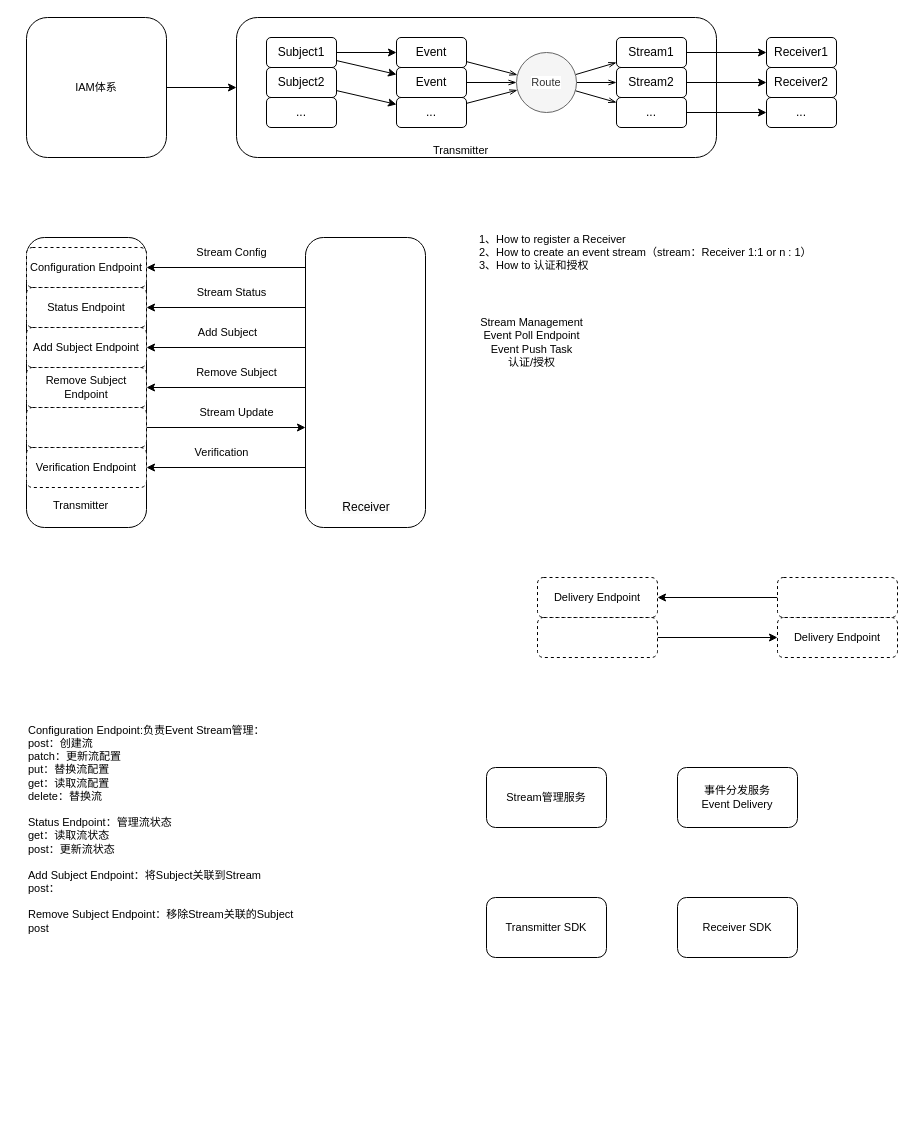
This is sharedsignals.drawio from yamilinqh/spicedb, a draw.io file, before an edit. Source tidied: cells renumbered, new cells numbered last; positions are measured from the earlier drawing's top-left corner, leaving out a move shared by most shapes. Both pictures are drawn from the tidied source at 100%, with x=0, y=0 at pixel (26, 17).
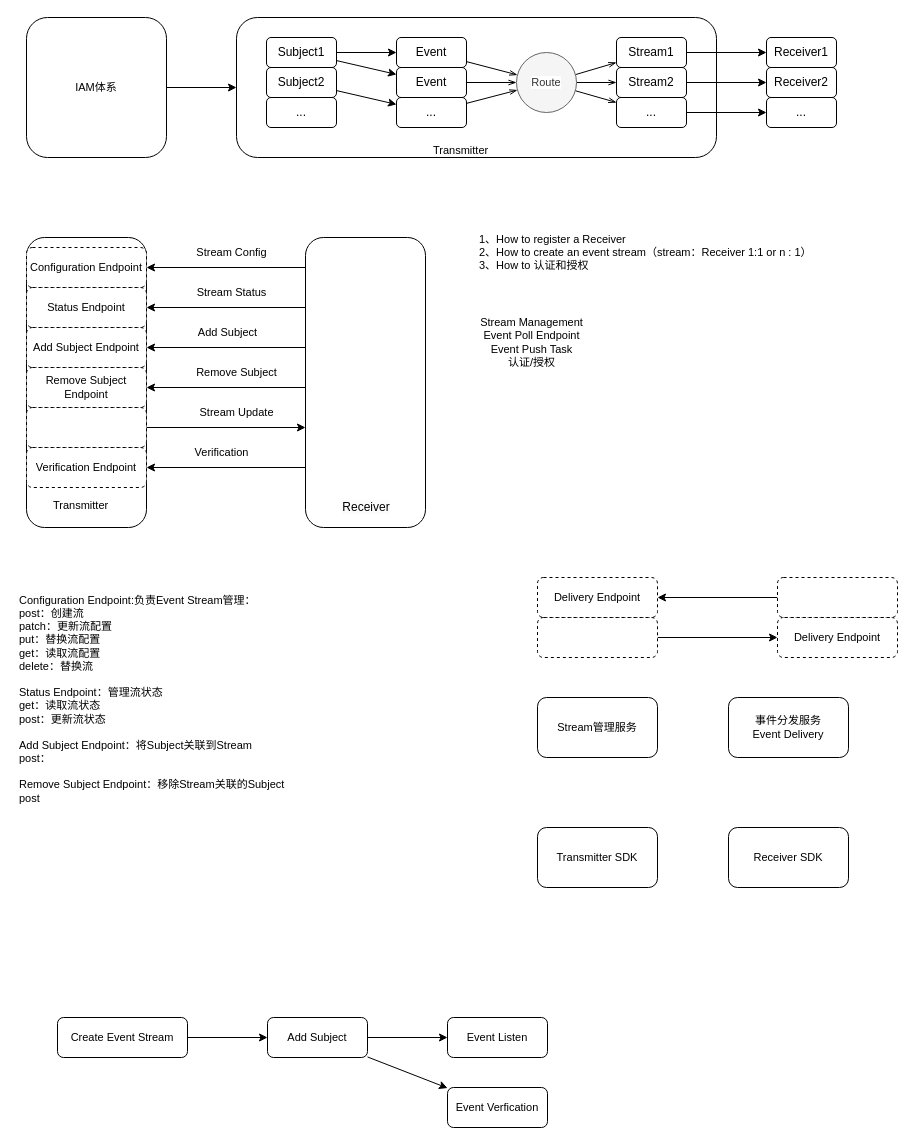
The same diagram, later.

Change to the diagram source:
```diff
@@
     <mxCell id="63" value="Configuration Endpoint:负责Event Stream管理：&lt;br&gt;post：创建流&lt;br&gt;patch：更新流配置&lt;br&gt;put：替换流配置&lt;br&gt;get：读取流配置&lt;br&gt;delete：替换流&lt;br&gt;&lt;br&gt;&lt;span style=&quot;text-align: center;&quot;&gt;Status Endpoint：管理流状态&lt;br&gt;get：读取流状态&lt;br&gt;post：更新流状态&lt;br&gt;&lt;br&gt;Add Subject Endpoint：将Subject关联到Stream&lt;br&gt;post：&lt;br&gt;&lt;br&gt;Remove Subject Endpoint：移除Stream关联的Subject&lt;br&gt;post&lt;br&gt;&lt;br&gt;&lt;br&gt;&lt;/span&gt;" style="text;html=1;align=left;verticalAlign=middle;whiteSpace=wrap;rounded=0;fontFamily=Helvetica;fontSize=11;fontColor=default;labelBackgroundColor=default;" parent="1" vertex="1">
-      <mxGeometry y="670" width="392" height="310" as="geometry" />
+      <mxGeometry x="-9" y="560" width="281" height="270" as="geometry" />
     </mxCell>
@@
     <mxCell id="69" value="Stream管理服务" style="rounded=1;whiteSpace=wrap;html=1;fontFamily=Helvetica;fontSize=11;fontColor=default;labelBackgroundColor=default;" parent="1" vertex="1">
-      <mxGeometry x="460" y="750" width="120" height="60" as="geometry" />
+      <mxGeometry x="511" y="680" width="120" height="60" as="geometry" />
     </mxCell>
     <mxCell id="70" value="事件分发服务&lt;br&gt;Event Delivery" style="rounded=1;whiteSpace=wrap;html=1;fontFamily=Helvetica;fontSize=11;fontColor=default;labelBackgroundColor=default;" parent="1" vertex="1">
-      <mxGeometry x="651" y="750" width="120" height="60" as="geometry" />
+      <mxGeometry x="702" y="680" width="120" height="60" as="geometry" />
     </mxCell>
     <mxCell id="71" value="Transmitter SDK" style="rounded=1;whiteSpace=wrap;html=1;fontFamily=Helvetica;fontSize=11;fontColor=default;labelBackgroundColor=default;" parent="1" vertex="1">
-      <mxGeometry x="460" y="880" width="120" height="60" as="geometry" />
+      <mxGeometry x="511" y="810" width="120" height="60" as="geometry" />
     </mxCell>
     <mxCell id="72" value="Receiver SDK" style="rounded=1;whiteSpace=wrap;html=1;fontFamily=Helvetica;fontSize=11;fontColor=default;labelBackgroundColor=default;" parent="1" vertex="1">
-      <mxGeometry x="651" y="880" width="120" height="60" as="geometry" />
+      <mxGeometry x="702" y="810" width="120" height="60" as="geometry" />
     </mxCell>
+    <mxCell id="73" style="edgeStyle=none;shape=connector;rounded=0;jettySize=auto;html=1;strokeColor=default;align=center;verticalAlign=middle;fontFamily=Helvetica;fontSize=11;fontColor=default;labelBackgroundColor=default;endArrow=classic;" parent="1" edge="1" source="74" target="77">
+      <mxGeometry relative="1" as="geometry" />
+    </mxCell>
+    <mxCell id="74" value="Create Event Stream" style="rounded=1;whiteSpace=wrap;html=1;fontFamily=Helvetica;fontSize=11;fontColor=default;labelBackgroundColor=default;" parent="1" vertex="1">
+      <mxGeometry x="31" y="1000" width="130" height="40" as="geometry" />
+    </mxCell>
+    <mxCell id="75" style="edgeStyle=none;shape=connector;rounded=0;jettySize=auto;html=1;strokeColor=default;align=center;verticalAlign=middle;fontFamily=Helvetica;fontSize=11;fontColor=default;labelBackgroundColor=default;endArrow=classic;" parent="1" edge="1" source="77" target="78">
+      <mxGeometry relative="1" as="geometry" />
+    </mxCell>
+    <mxCell id="76" style="edgeStyle=none;shape=connector;rounded=0;jettySize=auto;html=1;strokeColor=default;align=center;verticalAlign=middle;fontFamily=Helvetica;fontSize=11;fontColor=default;labelBackgroundColor=default;endArrow=classic;" parent="1" edge="1" source="77" target="79">
+      <mxGeometry relative="1" as="geometry" />
+    </mxCell>
+    <mxCell id="77" value="Add Subject" style="rounded=1;whiteSpace=wrap;html=1;fontFamily=Helvetica;fontSize=11;fontColor=default;labelBackgroundColor=default;" parent="1" vertex="1">
+      <mxGeometry x="241" y="1000" width="100" height="40" as="geometry" />
+    </mxCell>
+    <mxCell id="78" value="Event Listen" style="rounded=1;whiteSpace=wrap;html=1;fontFamily=Helvetica;fontSize=11;fontColor=default;labelBackgroundColor=default;" parent="1" vertex="1">
+      <mxGeometry x="421" y="1000" width="100" height="40" as="geometry" />
+    </mxCell>
+    <mxCell id="79" value="Event Verfication" style="rounded=1;whiteSpace=wrap;html=1;fontFamily=Helvetica;fontSize=11;fontColor=default;labelBackgroundColor=default;" parent="1" vertex="1">
+      <mxGeometry x="421" y="1070" width="100" height="40" as="geometry" />
+    </mxCell>
```
